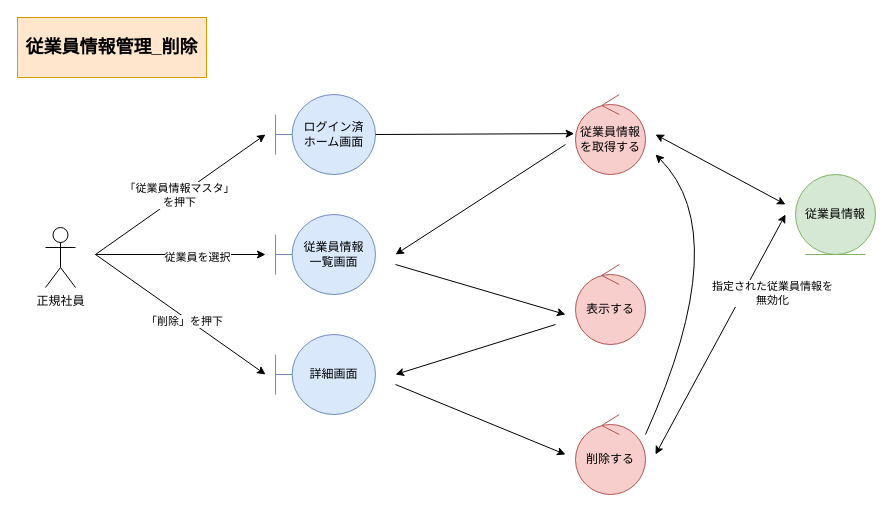
This is page "*従業員情報管理_削除" (4 of 5) of 各種設計書/3ロバストネス図/マスタ管理/F01従業員マスタ.drawio from HaruShim/Sotuken, a draw.io file, before an edit. Source tidied: cells renumbered, new cells numbered last; positions are measured from the earlier drawing's top-left corner, leaving out a move shared by most shapes. Both pictures are drawn from the tidied source at 100%, with x=0, y=0 at pixel (17, 17).
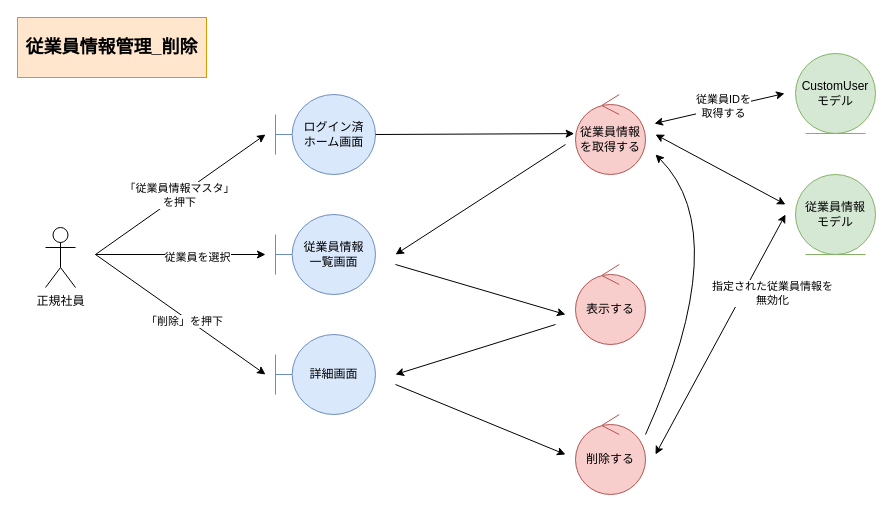
The same diagram, later.

The edit, as a diff of the source:
```diff
@@
-    <mxCell id="5" value="従業員情報" style="ellipse;shape=umlEntity;whiteSpace=wrap;html=1;fillColor=#d5e8d4;strokeColor=#82b366;" parent="1" vertex="1">
+    <mxCell id="5" value="従業員情報&lt;br&gt;モデル" style="ellipse;shape=umlEntity;whiteSpace=wrap;html=1;fillColor=#d5e8d4;strokeColor=#82b366;" parent="1" vertex="1">
       <mxGeometry x="778" y="157" width="80" height="80" as="geometry" />
     </mxCell>
@@
+    <mxCell id="26" value="&lt;div style=&quot;color: rgb(177 , 231 , 177) ; background-color: rgb(0 , 32 , 32) ; font-family: &amp;#34;consolas&amp;#34; , &amp;#34;courier new&amp;#34; , monospace ; font-size: 14px ; line-height: 19px&quot;&gt;&lt;/div&gt;CustomUser&lt;br&gt;モデル" style="ellipse;shape=umlEntity;whiteSpace=wrap;html=1;fillColor=#d5e8d4;strokeColor=#82b366;" parent="1" vertex="1">
+      <mxGeometry x="778" y="36" width="80" height="80" as="geometry" />
+    </mxCell>
+    <mxCell id="27" style="endArrow=classic;html=1;rounded=0;startArrow=classic;startFill=1;" parent="1" edge="1">
+      <mxGeometry relative="1" as="geometry">
+        <mxPoint x="637" y="106" as="sourcePoint" />
+        <mxPoint x="767" y="76" as="targetPoint" />
+      </mxGeometry>
+    </mxCell>
+    <mxCell id="28" value="従業員IDを&lt;br&gt;取得する" style="edgeLabel;html=1;align=center;verticalAlign=middle;" parent="27" vertex="1">
+      <mxGeometry x="0.11" y="1" relative="1" as="geometry">
+        <mxPoint x="-3" as="offset" />
+      </mxGeometry>
+    </mxCell>
```
